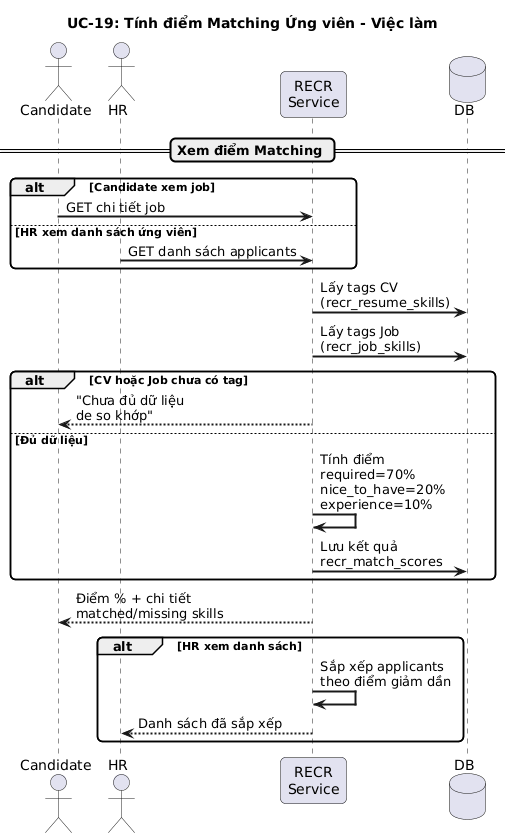
This is modules/dist/recr/images/sequence/uc19-matching-score-sequence.png from namnh240795/document, a PlantUML export, as it was before one commit. The source it was exported from:
```plantuml
@startuml uc19-matching-score-sequence
title UC-19: Tính điểm Matching Ứng viên - Việc làm
skinparam backgroundColor white
skinparam sequenceArrowThickness 2
skinparam roundcorner 10

actor "Candidate" as C
actor "HR" as HR
participant "RECR\nService" as R
database "DB" as DB

== Xem điểm Matching ==

alt Candidate xem job
  C -> R : GET chi tiết job
else HR xem danh sách ứng viên
  HR -> R : GET danh sách applicants
end

R -> DB : Lấy tags CV\n(recr_resume_skills)
R -> DB : Lấy tags Job\n(recr_job_skills)

alt CV hoặc Job chưa có tag
  R --> C : "Chưa đủ dữ liệu\nde so khớp"
else Đủ dữ liệu
  R -> R : Tính điểm\nrequired=70%\nnice_to_have=20%\nexperience=10%
  R -> DB : Lưu kết quả\nrecr_match_scores
end

R --> C : Điểm % + chi tiết\nmatched/missing skills

alt HR xem danh sách
  R -> R : Sắp xếp applicants\ntheo điểm giảm dần
  R --> HR : Danh sách đã sắp xếp
end

@enduml
```
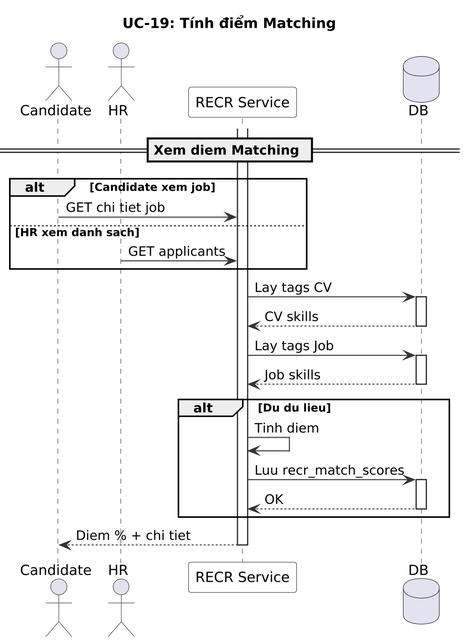
Later version of the same file.

Diff of the diagram source:
```diff
@@ -1,37 +1,48 @@
-@startuml uc19-matching-score-sequence
-title UC-19: Tính điểm Matching Ứng viên - Việc làm
-skinparam backgroundColor white
-skinparam sequenceArrowThickness 2
-skinparam roundcorner 10
+@startuml
+skinparam dpi 200
+skinparam sequence {
+  ArrowColor #333333
+  ActorBorderColor #333333
+  LifeLineBorderColor #333333
+  ParticipantBackgroundColor #F8F8F8
+  ParticipantBorderColor #333333
+}
+
+title UC-19: Tính điểm Matching
 
 actor "Candidate" as C
 actor "HR" as HR
-participant "RECR\nService" as R
+participant "RECR Service" as R
 database "DB" as DB
 
-== Xem điểm Matching ==
+== Xem diem Matching ==
 
 alt Candidate xem job
-  C -> R : GET chi tiết job
-else HR xem danh sách ứng viên
-  HR -> R : GET danh sách applicants
+  C -> R : GET chi tiet job
+else HR xem danh sach
+  HR -> R : GET applicants
+end
+activate R
+
+R -> DB : Lay tags CV
+activate DB
+DB --> R : CV skills
+deactivate DB
+
+R -> DB : Lay tags Job
+activate DB
+DB --> R : Job skills
+deactivate DB
+
+alt Du du lieu
+  R -> R : Tinh diem
+  R -> DB : Luu recr_match_scores
+  activate DB
+  DB --> R : OK
+  deactivate DB
 end
 
-R -> DB : Lấy tags CV\n(recr_resume_skills)
-R -> DB : Lấy tags Job\n(recr_job_skills)
-
-alt CV hoặc Job chưa có tag
-  R --> C : "Chưa đủ dữ liệu\nde so khớp"
-else Đủ dữ liệu
-  R -> R : Tính điểm\nrequired=70%\nnice_to_have=20%\nexperience=10%
-  R -> DB : Lưu kết quả\nrecr_match_scores
-end
-
-R --> C : Điểm % + chi tiết\nmatched/missing skills
-
-alt HR xem danh sách
-  R -> R : Sắp xếp applicants\ntheo điểm giảm dần
-  R --> HR : Danh sách đã sắp xếp
-end
+R --> C : Diem % + chi tiet
+deactivate R
 
 @enduml
```
